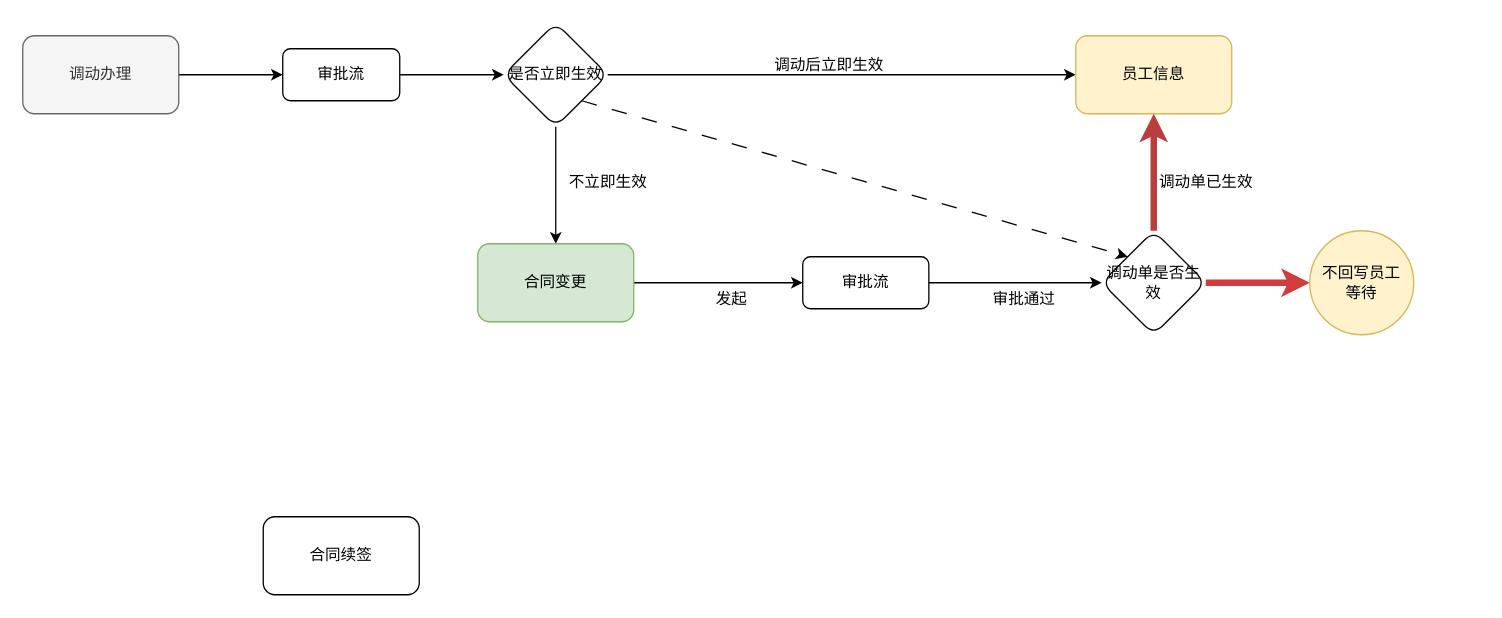
Earlier version of the draw.io diagram 合同变更.drawio (Super-YYQ/drawIo). Source tidied: cells renumbered, new cells numbered last; positions are measured from the earlier drawing's top-left corner, leaving out a move shared by most shapes. Both pictures are drawn from the tidied source at 130%, with x=0, y=0 at pixel (22, 22).
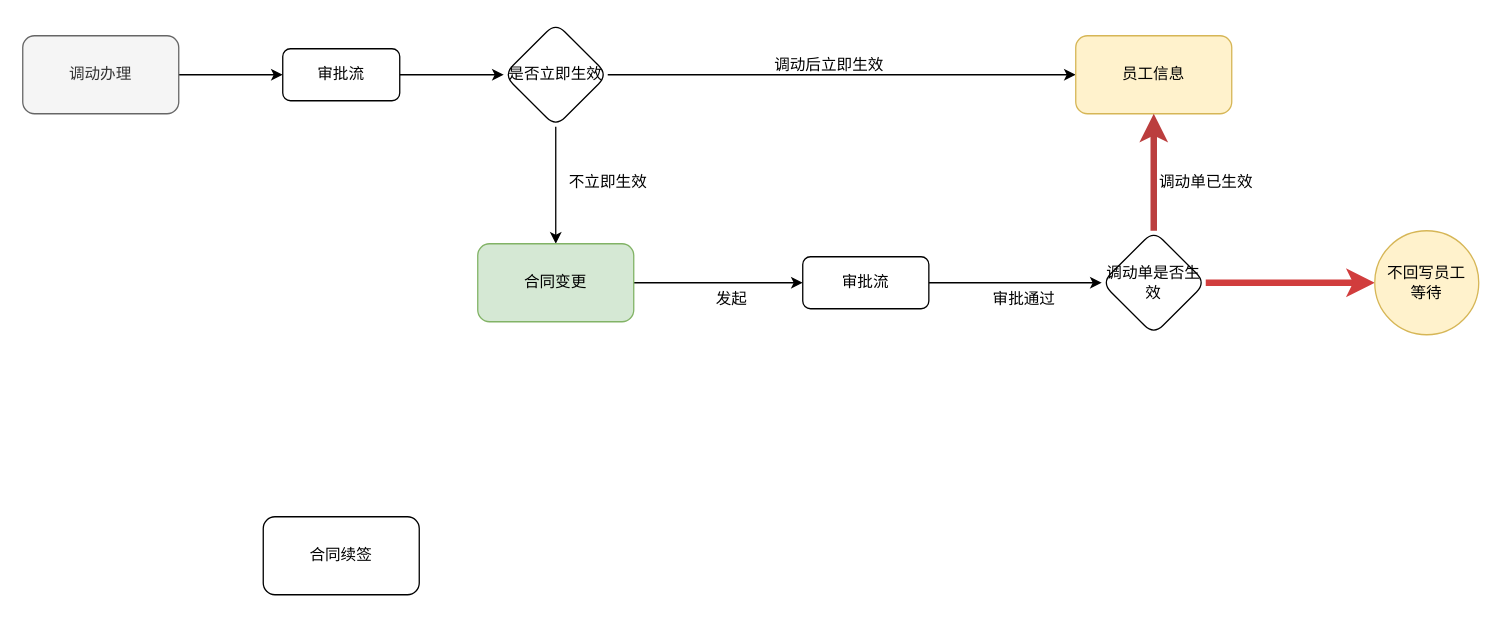
After the change.

Commit message (it also covers changes not shown here):
更新合同变更.drawio

Unchanged cells that the change refers to:
```xml
<mxCell id="8" value="是否立即生效" style="rhombus;whiteSpace=wrap;html=1;rounded=1;" parent="1" vertex="1">
  <mxGeometry x="370" width="80" height="80" as="geometry" />
</mxCell>
<mxCell id="16" value="调动单是否生效" style="rhombus;whiteSpace=wrap;html=1;rounded=1;" parent="1" vertex="1">
  <mxGeometry x="830" y="160" width="80" height="80" as="geometry" />
</mxCell>
```

The edit, as a diff of the source:
```diff
@@
-    <mxCell id="17" style="endArrow=classic;html=1;rounded=0;exitX=1;exitY=1;exitDx=0;exitDy=0;entryX=0;entryY=0;entryDx=0;entryDy=0;dashed=1;dashPattern=12 12;" parent="1" edge="1" source="8" target="16">
-      <mxGeometry relative="1" as="geometry" />
-    </mxCell>
@@
     <mxCell id="21" value="不回写员工&lt;br&gt;等待" style="ellipse;whiteSpace=wrap;html=1;rounded=1;fillColor=#fff2cc;strokeColor=#d6b656;" parent="1" vertex="1">
-      <mxGeometry x="990" y="160" width="80" height="80" as="geometry" />
+      <mxGeometry x="1040" y="160" width="80" height="80" as="geometry" />
     </mxCell>
```
